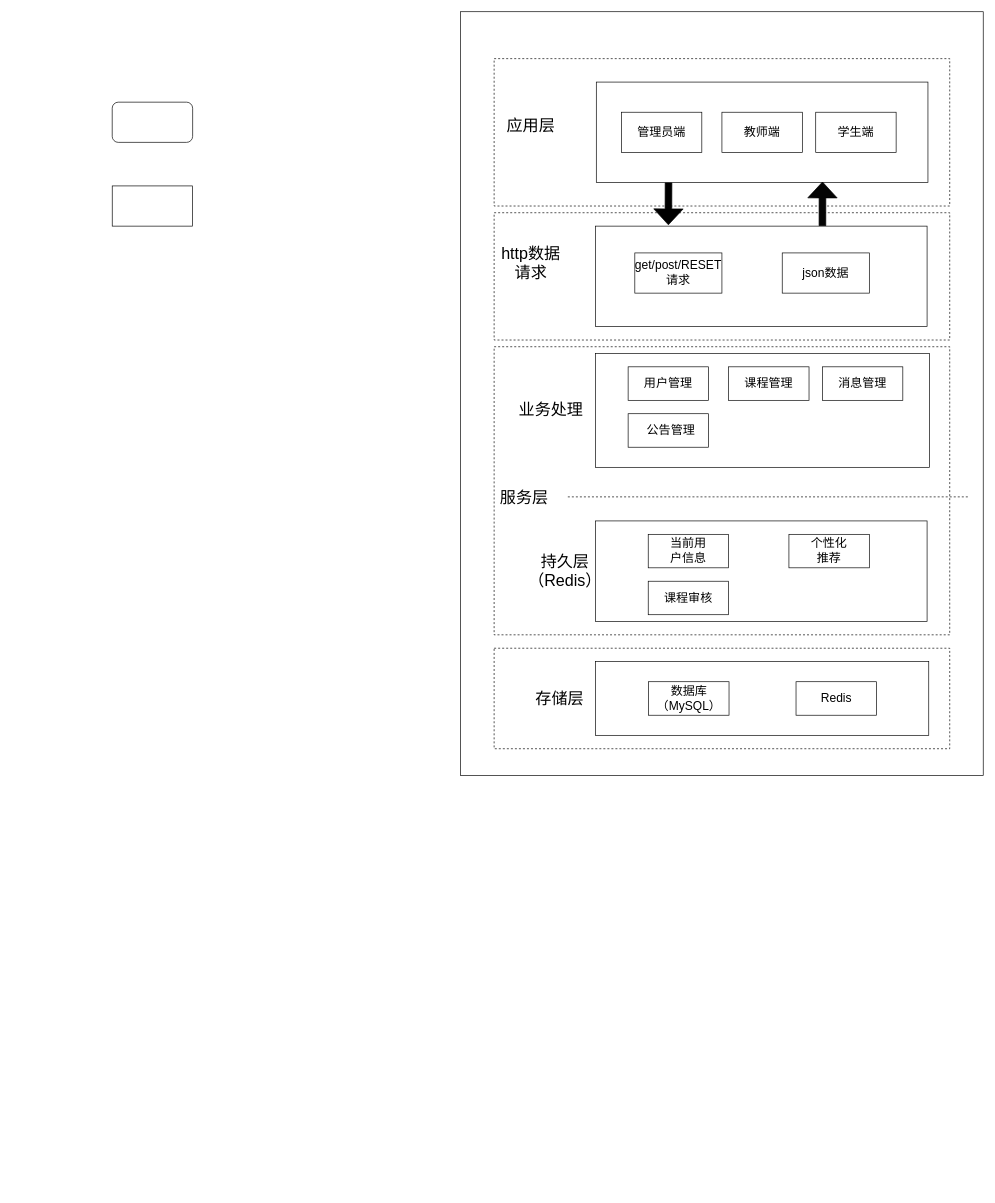
Earlier version of the draw.io diagram 未命名绘图.drawio (jianjianjianads/site). Source tidied: cells renumbered, new cells numbered last; positions are measured from the earlier drawing's top-left corner, leaving out a move shared by most shapes. Both pictures are drawn from the tidied source at 67%, with x=0, y=0 at pixel (112, 11).
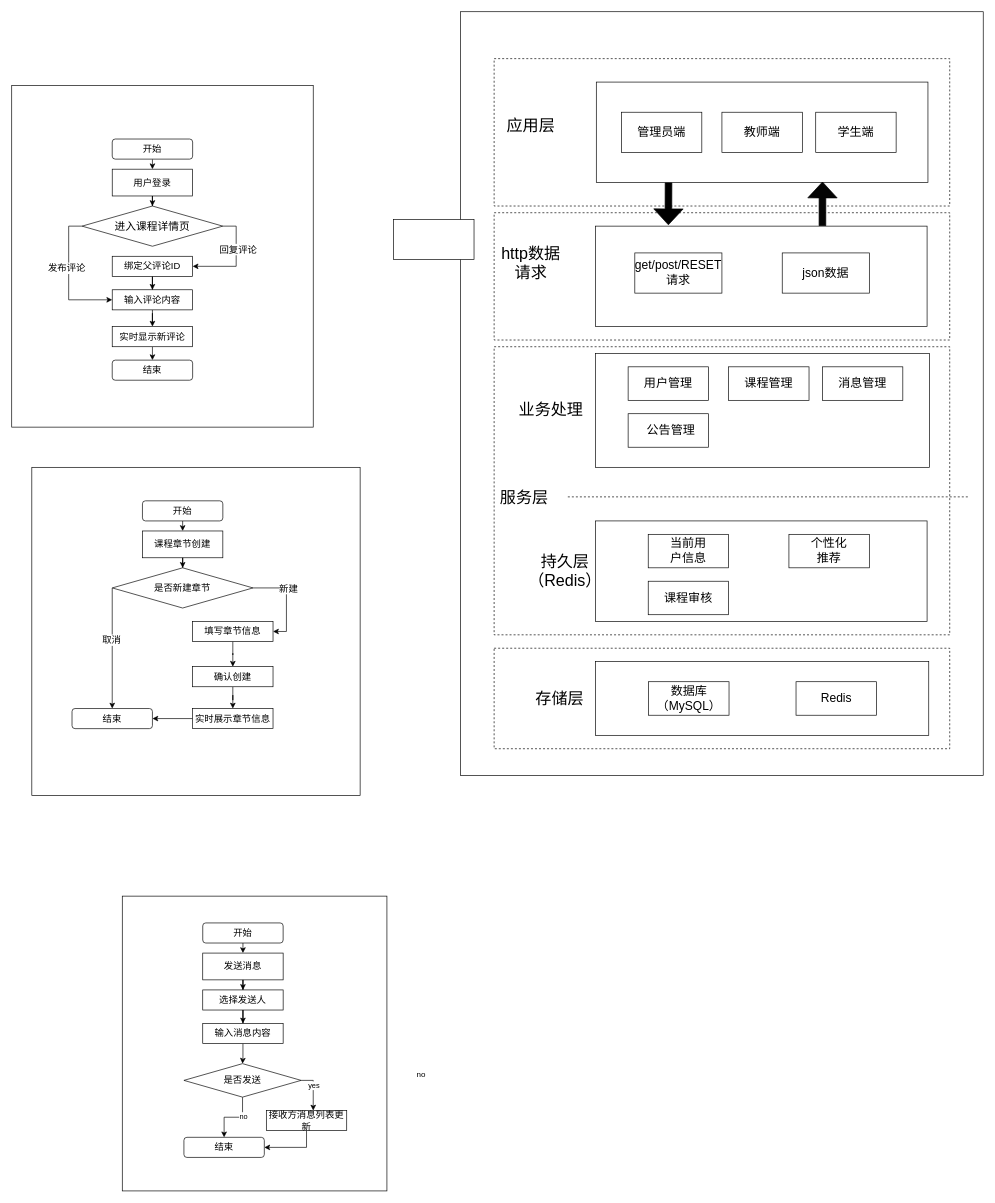
After the change.

Commit message:
更新未命名绘图.drawio

Change to the diagram source:
```diff
@@
+    <mxCell id="51" style="rounded=0;whiteSpace=wrap;html=1;" parent="1" vertex="1">
+      <mxGeometry x="15" y="1320" width="395" height="440" as="geometry" />
+    </mxCell>
+    <mxCell id="52" style="whiteSpace=wrap;html=1;" parent="1" vertex="1">
+      <mxGeometry x="-120" y="680" width="490" height="490" as="geometry" />
+    </mxCell>
+    <mxCell id="53" style="rounded=0;whiteSpace=wrap;html=1;" parent="1" vertex="1">
+      <mxGeometry x="-150" y="110" width="450" height="510" as="geometry" />
+    </mxCell>
@@
+    <mxCell id="54" style="edgeStyle=orthogonalEdgeStyle;rounded=0;jettySize=auto;html=1;exitX=0.5;exitY=1;exitDx=0;exitDy=0;entryX=0.5;entryY=0;entryDx=0;entryDy=0;" parent="1" edge="1" source="49" target="50">
+      <mxGeometry relative="1" as="geometry" />
+    </mxCell>
-    <mxCell id="49" style="rounded=1;whiteSpace=wrap;html=1;" parent="1" vertex="1">
-      <mxGeometry y="135" width="120" height="60" as="geometry" />
+    <mxCell id="49" value="&lt;font style=&quot;font-size: 14px;&quot;&gt;开始&lt;/font&gt;" style="rounded=1;whiteSpace=wrap;html=1;" parent="1" vertex="1">
+      <mxGeometry y="190" width="120" height="30" as="geometry" />
     </mxCell>
+    <mxCell id="55" style="edgeStyle=orthogonalEdgeStyle;rounded=0;jettySize=auto;html=1;" parent="1" edge="1" source="50" target="60">
+      <mxGeometry relative="1" as="geometry" />
+    </mxCell>
-    <mxCell id="50" style="rounded=0;whiteSpace=wrap;html=1;" parent="1" vertex="1">
-      <mxGeometry y="260" width="120" height="60" as="geometry" />
+    <mxCell id="50" value="&lt;font style=&quot;font-size: 14px;&quot;&gt;用户登录&lt;/font&gt;" style="rounded=0;whiteSpace=wrap;html=1;" parent="1" vertex="1">
+      <mxGeometry y="235" width="120" height="40" as="geometry" />
     </mxCell>
+    <mxCell id="56" style="edgeStyle=orthogonalEdgeStyle;rounded=0;jettySize=auto;html=1;exitX=0;exitY=0.5;exitDx=0;exitDy=0;entryX=0;entryY=0.5;entryDx=0;entryDy=0;" parent="1" edge="1" source="60" target="64">
+      <mxGeometry relative="1" as="geometry" />
+    </mxCell>
+    <mxCell id="57" value="&lt;font style=&quot;font-size: 14px;&quot;&gt;发布评论&lt;/font&gt;" style="edgeLabel;html=1;align=center;verticalAlign=middle;" parent="56" vertex="1">
+      <mxGeometry x="-0.16" y="-4" relative="1" as="geometry" />
+    </mxCell>
+    <mxCell id="58" style="edgeStyle=orthogonalEdgeStyle;rounded=0;jettySize=auto;html=1;exitX=1;exitY=0.5;exitDx=0;exitDy=0;entryX=1;entryY=0.5;entryDx=0;entryDy=0;" parent="1" edge="1" source="60" target="62">
+      <mxGeometry relative="1" as="geometry" />
+    </mxCell>
+    <mxCell id="59" value="&lt;font style=&quot;font-size: 14px;&quot;&gt;回复评论&lt;/font&gt;" style="edgeLabel;html=1;align=center;verticalAlign=middle;" parent="58" vertex="1">
+      <mxGeometry x="-0.26" y="2" relative="1" as="geometry" />
+    </mxCell>
+    <mxCell id="60" value="&lt;font size=&quot;3&quot;&gt;进入课程详情页&lt;/font&gt;" style="rhombus;whiteSpace=wrap;html=1;" parent="1" vertex="1">
+      <mxGeometry x="-45" y="290" width="210" height="60" as="geometry" />
+    </mxCell>
+    <mxCell id="61" style="edgeStyle=orthogonalEdgeStyle;rounded=0;jettySize=auto;html=1;" parent="1" edge="1" source="62" target="64">
+      <mxGeometry relative="1" as="geometry" />
+    </mxCell>
+    <mxCell id="62" value="&lt;font style=&quot;font-size: 14px;&quot;&gt;绑定父评论ID&lt;/font&gt;" style="rounded=0;whiteSpace=wrap;html=1;" parent="1" vertex="1">
+      <mxGeometry y="365" width="120" height="30" as="geometry" />
+    </mxCell>
+    <mxCell id="63" style="edgeStyle=orthogonalEdgeStyle;rounded=0;jettySize=auto;html=1;" parent="1" edge="1" source="64" target="66">
+      <mxGeometry relative="1" as="geometry" />
+    </mxCell>
+    <mxCell id="64" value="&lt;font style=&quot;font-size: 14px;&quot;&gt;输入评论内容&lt;/font&gt;" style="rounded=0;whiteSpace=wrap;html=1;" parent="1" vertex="1">
+      <mxGeometry y="415" width="120" height="30" as="geometry" />
+    </mxCell>
+    <mxCell id="65" style="edgeStyle=orthogonalEdgeStyle;rounded=0;jettySize=auto;html=1;" parent="1" edge="1" source="66">
+      <mxGeometry relative="1" as="geometry">
+        <mxPoint x="60" y="520" as="targetPoint" />
+      </mxGeometry>
+    </mxCell>
+    <mxCell id="66" value="&lt;span style=&quot;font-size: 14px;&quot;&gt;实时显示新评论&lt;/span&gt;" style="rounded=0;whiteSpace=wrap;html=1;" parent="1" vertex="1">
+      <mxGeometry y="470" width="120" height="30" as="geometry" />
+    </mxCell>
+    <mxCell id="67" value="&lt;font style=&quot;font-size: 14px;&quot;&gt;结束&lt;/font&gt;" style="rounded=1;whiteSpace=wrap;html=1;" parent="1" vertex="1">
+      <mxGeometry y="520" width="120" height="30" as="geometry" />
+    </mxCell>
+    <mxCell id="68" style="rounded=0;whiteSpace=wrap;html=1;" parent="1" vertex="1">
+      <mxGeometry x="420" y="310" width="120" height="60" as="geometry" />
+    </mxCell>
+    <mxCell id="69" style="edgeStyle=orthogonalEdgeStyle;rounded=0;jettySize=auto;html=1;exitX=0.5;exitY=1;exitDx=0;exitDy=0;entryX=0.5;entryY=0;entryDx=0;entryDy=0;" parent="1" edge="1" source="70" target="72">
+      <mxGeometry relative="1" as="geometry" />
+    </mxCell>
+    <mxCell id="70" value="&lt;font style=&quot;font-size: 14px;&quot;&gt;开始&lt;/font&gt;" style="rounded=1;whiteSpace=wrap;html=1;" parent="1" vertex="1">
+      <mxGeometry x="45.1" y="730" width="120" height="30" as="geometry" />
+    </mxCell>
+    <mxCell id="71" style="edgeStyle=orthogonalEdgeStyle;rounded=0;jettySize=auto;html=1;" parent="1" edge="1" source="72" target="77">
+      <mxGeometry relative="1" as="geometry" />
+    </mxCell>
+    <mxCell id="72" value="&lt;span style=&quot;font-size: 14px;&quot;&gt;课程章节创建&lt;/span&gt;" style="rounded=0;whiteSpace=wrap;html=1;" parent="1" vertex="1">
+      <mxGeometry x="45.1" y="775" width="120" height="40" as="geometry" />
+    </mxCell>
+    <mxCell id="73" style="edgeStyle=orthogonalEdgeStyle;rounded=0;jettySize=auto;html=1;exitX=1;exitY=0.5;exitDx=0;exitDy=0;entryX=1;entryY=0.5;entryDx=0;entryDy=0;" parent="1" edge="1" source="77" target="79">
+      <mxGeometry relative="1" as="geometry" />
+    </mxCell>
+    <mxCell id="74" value="&lt;span style=&quot;font-size: 14px;&quot;&gt;新建&lt;/span&gt;" style="edgeLabel;html=1;align=center;verticalAlign=middle;" parent="73" vertex="1">
+      <mxGeometry x="-0.26" y="2" relative="1" as="geometry" />
+    </mxCell>
+    <mxCell id="75" style="edgeStyle=orthogonalEdgeStyle;rounded=0;jettySize=auto;html=1;entryX=0.5;entryY=0;entryDx=0;entryDy=0;" parent="1" edge="1" target="82">
+      <mxGeometry relative="1" as="geometry">
+        <mxPoint y="860" as="sourcePoint" />
+        <Array as="points">
+          <mxPoint y="940" />
+          <mxPoint y="940" />
+        </Array>
+      </mxGeometry>
+    </mxCell>
+    <mxCell id="76" value="&lt;font style=&quot;font-size: 14px;&quot;&gt;取消&lt;/font&gt;" style="edgeLabel;html=1;align=center;verticalAlign=middle;" parent="75" vertex="1">
+      <mxGeometry x="-0.14" y="-2" relative="1" as="geometry" />
+    </mxCell>
+    <mxCell id="77" value="&lt;font style=&quot;font-size: 14px;&quot;&gt;是否新建章节&lt;/font&gt;" style="rhombus;whiteSpace=wrap;html=1;" parent="1" vertex="1">
+      <mxGeometry x="0.1" y="830" width="210" height="60" as="geometry" />
+    </mxCell>
+    <mxCell id="78" style="edgeStyle=orthogonalEdgeStyle;rounded=0;jettySize=auto;html=1;" parent="1" edge="1" source="79" target="81">
+      <mxGeometry relative="1" as="geometry" />
+    </mxCell>
+    <mxCell id="79" value="&lt;font style=&quot;font-size: 14px;&quot;&gt;填写章节信息&lt;/font&gt;" style="rounded=0;whiteSpace=wrap;html=1;" parent="1" vertex="1">
+      <mxGeometry x="120" y="910" width="120" height="30" as="geometry" />
+    </mxCell>
+    <mxCell id="80" style="edgeStyle=orthogonalEdgeStyle;rounded=0;jettySize=auto;html=1;" parent="1" edge="1" source="81" target="84">
+      <mxGeometry relative="1" as="geometry" />
+    </mxCell>
+    <mxCell id="81" value="&lt;font style=&quot;font-size: 14px;&quot;&gt;确认创建&lt;/font&gt;" style="rounded=0;whiteSpace=wrap;html=1;" parent="1" vertex="1">
+      <mxGeometry x="120" y="977.5" width="120" height="30" as="geometry" />
+    </mxCell>
+    <mxCell id="82" value="&lt;font style=&quot;font-size: 14px;&quot;&gt;结束&lt;/font&gt;" style="rounded=1;whiteSpace=wrap;html=1;" parent="1" vertex="1">
+      <mxGeometry x="-60" y="1040" width="120" height="30" as="geometry" />
+    </mxCell>
+    <mxCell id="83" style="edgeStyle=orthogonalEdgeStyle;rounded=0;jettySize=auto;html=1;" parent="1" edge="1" source="84" target="82">
+      <mxGeometry relative="1" as="geometry" />
+    </mxCell>
+    <mxCell id="84" value="&lt;font style=&quot;font-size: 14px;&quot;&gt;实时展示章节信息&lt;/font&gt;" style="rounded=0;whiteSpace=wrap;html=1;" parent="1" vertex="1">
+      <mxGeometry x="120" y="1040" width="120" height="30" as="geometry" />
+    </mxCell>
+    <mxCell id="85" style="edgeStyle=orthogonalEdgeStyle;rounded=0;jettySize=auto;html=1;exitX=0.5;exitY=1;exitDx=0;exitDy=0;entryX=0.5;entryY=0;entryDx=0;entryDy=0;" parent="1" edge="1" source="86" target="88">
+      <mxGeometry relative="1" as="geometry" />
+    </mxCell>
+    <mxCell id="86" value="&lt;font style=&quot;font-size: 14px;&quot;&gt;开始&lt;/font&gt;" style="rounded=1;whiteSpace=wrap;html=1;" parent="1" vertex="1">
+      <mxGeometry x="135.1" y="1360" width="120" height="30" as="geometry" />
+    </mxCell>
+    <mxCell id="87" style="edgeStyle=orthogonalEdgeStyle;rounded=0;jettySize=auto;html=1;" parent="1" edge="1" source="88" target="90">
+      <mxGeometry relative="1" as="geometry" />
+    </mxCell>
+    <mxCell id="88" value="&lt;span style=&quot;font-size: 14px;&quot;&gt;发送消息&lt;/span&gt;" style="rounded=0;whiteSpace=wrap;html=1;" parent="1" vertex="1">
+      <mxGeometry x="135.1" y="1405" width="120" height="40" as="geometry" />
+    </mxCell>
+    <mxCell id="89" style="edgeStyle=orthogonalEdgeStyle;rounded=0;jettySize=auto;html=1;" parent="1" edge="1" source="90" target="101">
+      <mxGeometry relative="1" as="geometry" />
+    </mxCell>
+    <mxCell id="90" value="&lt;span style=&quot;font-size: 14px;&quot;&gt;选择发送人&lt;/span&gt;" style="rounded=0;whiteSpace=wrap;html=1;" parent="1" vertex="1">
+      <mxGeometry x="135.1" y="1460" width="120" height="30" as="geometry" />
+    </mxCell>
+    <mxCell id="91" style="edgeStyle=orthogonalEdgeStyle;rounded=0;jettySize=auto;html=1;entryX=1;entryY=0.5;entryDx=0;entryDy=0;exitX=0.5;exitY=1;exitDx=0;exitDy=0;" parent="1" edge="1" source="92" target="93">
+      <mxGeometry relative="1" as="geometry" />
+    </mxCell>
+    <mxCell id="92" value="&lt;font style=&quot;font-size: 14px;&quot;&gt;接收方消息列表更新&lt;/font&gt;" style="rounded=0;whiteSpace=wrap;html=1;" parent="1" vertex="1">
+      <mxGeometry x="230" y="1640" width="120" height="30" as="geometry" />
+    </mxCell>
+    <mxCell id="93" value="&lt;font style=&quot;font-size: 14px;&quot;&gt;结束&lt;/font&gt;" style="rounded=1;whiteSpace=wrap;html=1;" parent="1" vertex="1">
+      <mxGeometry x="107" y="1680" width="120" height="30" as="geometry" />
+    </mxCell>
+    <mxCell id="94" style="edgeStyle=orthogonalEdgeStyle;rounded=0;jettySize=auto;html=1;exitX=1;exitY=0.5;exitDx=0;exitDy=0;" parent="1" edge="1" source="99" target="92">
+      <mxGeometry relative="1" as="geometry">
+        <Array as="points">
+          <mxPoint x="300" y="1595" />
+        </Array>
+      </mxGeometry>
+    </mxCell>
+    <mxCell id="95" value="&lt;font style=&quot;font-size: 12px;&quot;&gt;no&lt;/font&gt;" style="edgeLabel;html=1;align=center;verticalAlign=middle;" parent="94" vertex="1">
+      <mxGeometry x="-0.76" y="4" relative="1" as="geometry">
+        <mxPoint x="171" y="-5" as="offset" />
+      </mxGeometry>
+    </mxCell>
+    <mxCell id="96" value="yes" style="edgeLabel;html=1;align=center;verticalAlign=middle;" parent="94" vertex="1">
+      <mxGeometry x="-0.19" relative="1" as="geometry" />
+    </mxCell>
+    <mxCell id="97" style="edgeStyle=orthogonalEdgeStyle;rounded=0;jettySize=auto;html=1;entryX=0.5;entryY=0;entryDx=0;entryDy=0;" parent="1" edge="1" source="99" target="93">
+      <mxGeometry relative="1" as="geometry" />
+    </mxCell>
+    <mxCell id="98" value="no" style="edgeLabel;html=1;align=center;verticalAlign=middle;" parent="97" vertex="1">
+      <mxGeometry x="-0.33" y="1" relative="1" as="geometry" />
+    </mxCell>
+    <mxCell id="99" value="&lt;font style=&quot;font-size: 14px;&quot;&gt;是否发送&lt;/font&gt;" style="rhombus;whiteSpace=wrap;html=1;" parent="1" vertex="1">
+      <mxGeometry x="107" y="1570" width="174.9" height="50" as="geometry" />
+    </mxCell>
+    <mxCell id="100" style="edgeStyle=orthogonalEdgeStyle;rounded=0;jettySize=auto;html=1;" parent="1" edge="1" source="101" target="99">
+      <mxGeometry relative="1" as="geometry" />
+    </mxCell>
+    <mxCell id="101" value="&lt;span style=&quot;font-size: 14px;&quot;&gt;输入消息内容&lt;/span&gt;" style="rounded=0;whiteSpace=wrap;html=1;" parent="1" vertex="1">
+      <mxGeometry x="135.1" y="1510" width="120" height="30" as="geometry" />
+    </mxCell>
```
